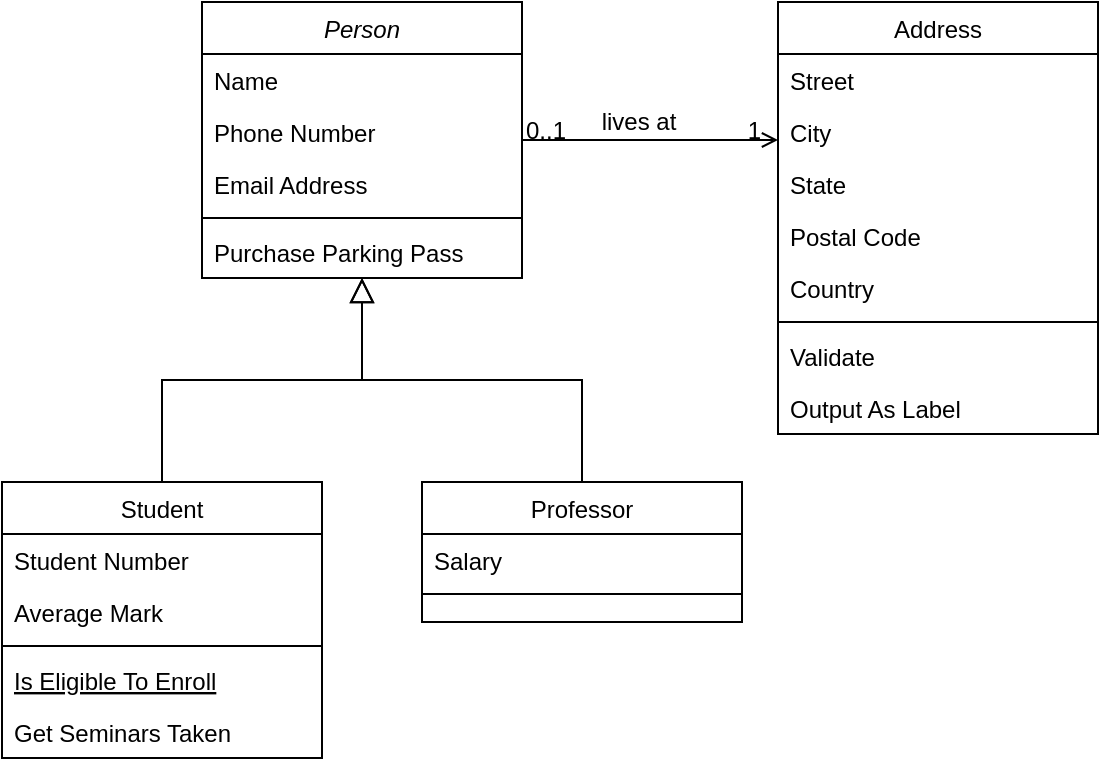
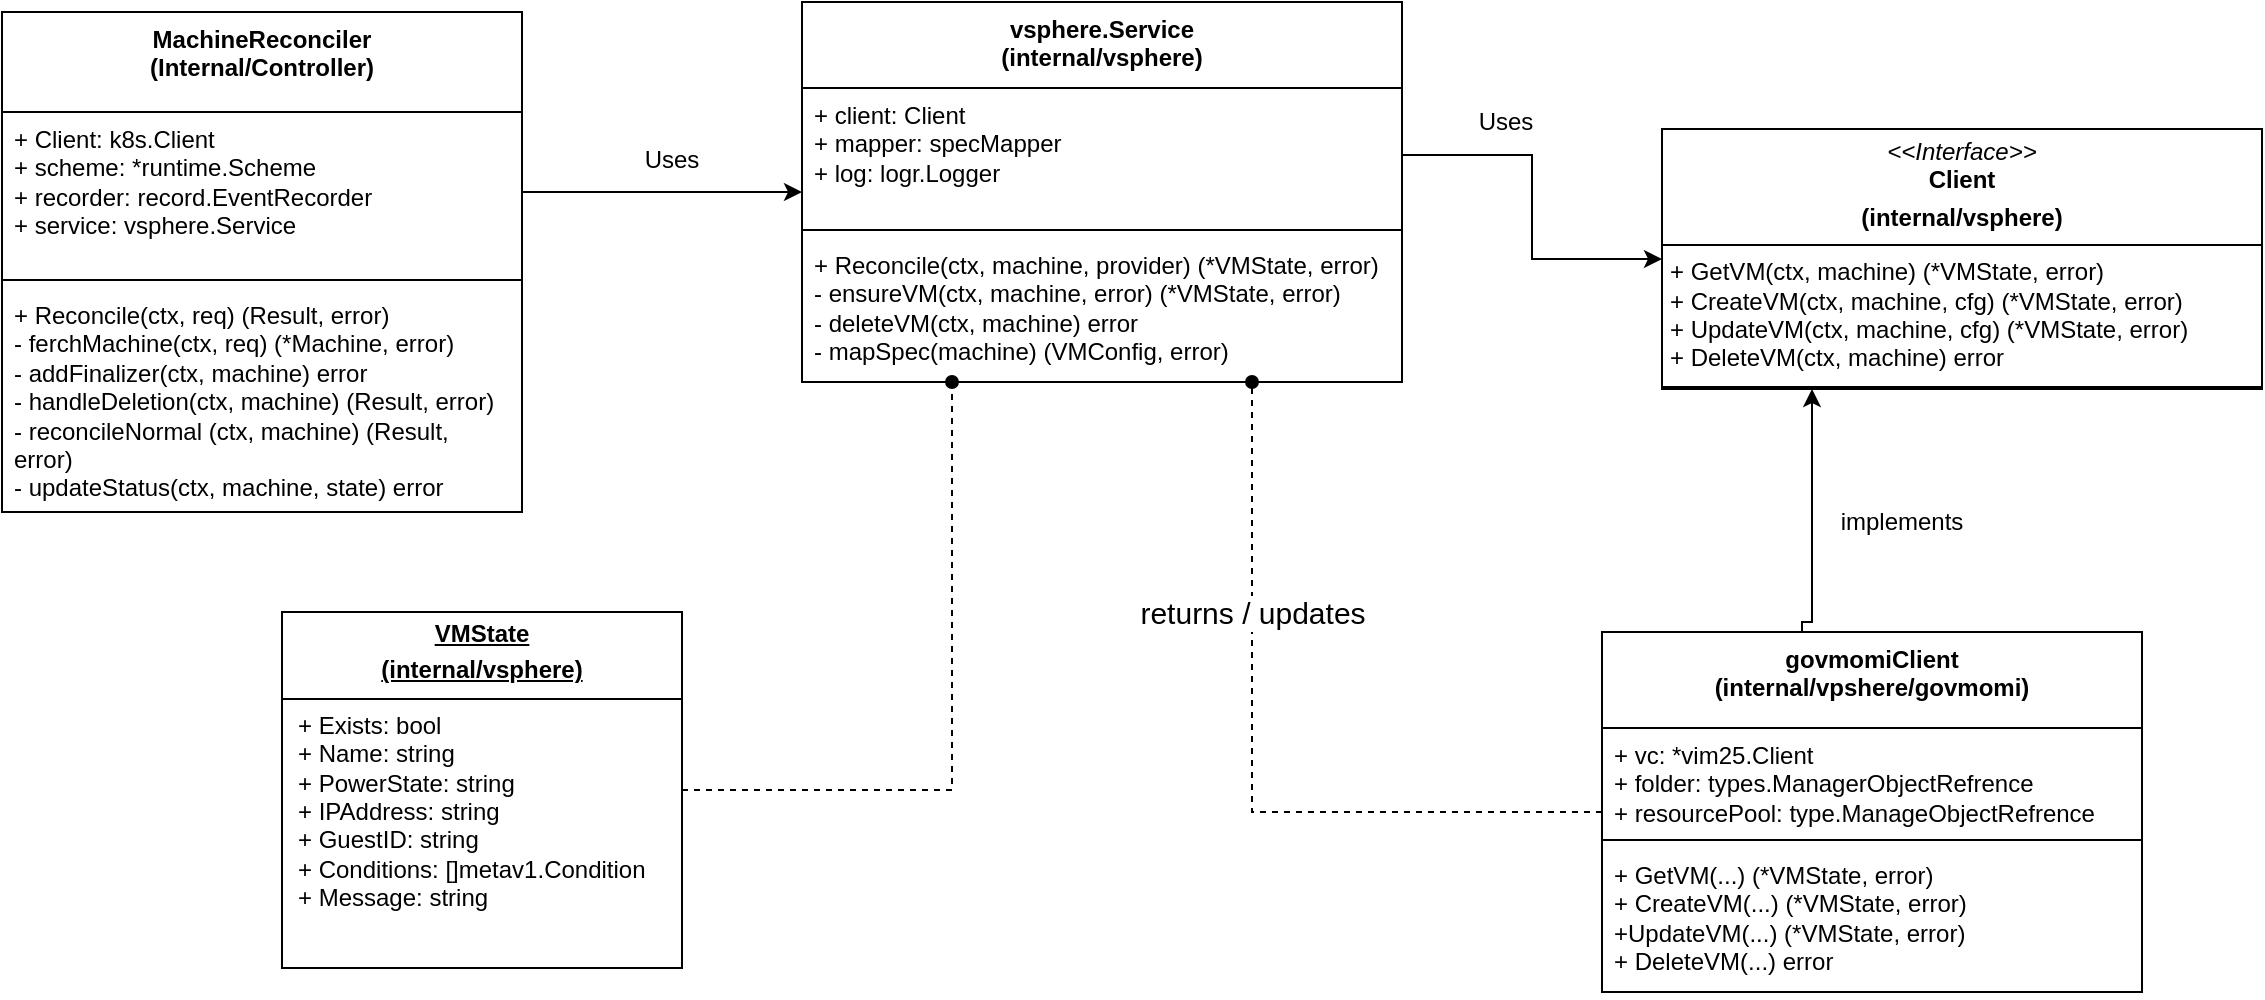
<mxfile host="app.diagrams.net">
  <diagram id="C5RBs43oDa-KdzZeNtuy" name="Page-1">
-     <mxGraphModel dx="1223" dy="871" grid="1" gridSize="10" guides="1" tooltips="1" connect="1" arrows="1" fold="1" page="1" pageScale="1" pageWidth="827" pageHeight="1169" math="0" shadow="0">
+     <mxGraphModel dx="1720" dy="1138" grid="1" gridSize="10" guides="1" tooltips="1" connect="1" arrows="1" fold="1" page="1" pageScale="1" pageWidth="827" pageHeight="1169" math="0" shadow="0">
      <root>
        <mxCell id="WIyWlLk6GJQsqaUBKTNV-0" />
        <mxCell id="WIyWlLk6GJQsqaUBKTNV-1" parent="WIyWlLk6GJQsqaUBKTNV-0" />
-         <mxCell id="zkfFHV4jXpPFQw0GAbJ--0" value="Person" style="swimlane;fontStyle=2;align=center;verticalAlign=top;childLayout=stackLayout;horizontal=1;startSize=26;horizontalStack=0;resizeParent=1;resizeLast=0;collapsible=1;marginBottom=0;rounded=0;shadow=0;strokeWidth=1;" parent="WIyWlLk6GJQsqaUBKTNV-1" vertex="1">
-           <mxGeometry x="220" y="120" width="160" height="138" as="geometry">
-             <mxRectangle x="230" y="140" width="160" height="26" as="alternateBounds" />
+         <mxCell id="q13Rm94vAvA1soPB4ISD-4" parent="WIyWlLk6GJQsqaUBKTNV-1" style="swimlane;fontStyle=1;align=center;verticalAlign=top;childLayout=stackLayout;horizontal=1;startSize=50;horizontalStack=0;resizeParent=1;resizeParentMax=0;resizeLast=0;collapsible=1;marginBottom=0;whiteSpace=wrap;html=1;" value="&lt;div&gt;MachineReconciler&lt;/div&gt;&lt;div&gt;(Internal/Controller)&lt;/div&gt;" vertex="1">
+           <mxGeometry height="250" width="260" x="100" y="120" as="geometry" />
+         </mxCell>
+         <mxCell id="q13Rm94vAvA1soPB4ISD-5" parent="q13Rm94vAvA1soPB4ISD-4" style="text;strokeColor=none;fillColor=none;align=left;verticalAlign=top;spacingLeft=4;spacingRight=4;overflow=hidden;rotatable=0;points=[[0,0.5],[1,0.5]];portConstraint=eastwest;whiteSpace=wrap;html=1;" value="&lt;div&gt;+ Client: k8s.Client&lt;/div&gt;&lt;div&gt;+ scheme: *runtime.Scheme&lt;/div&gt;&lt;div&gt;+ recorder: record.EventRecorder&lt;/div&gt;&lt;div&gt;+ service: vsphere.Service&lt;/div&gt;" vertex="1">
+           <mxGeometry height="80" width="260" y="50" as="geometry" />
+         </mxCell>
+         <mxCell id="q13Rm94vAvA1soPB4ISD-6" parent="q13Rm94vAvA1soPB4ISD-4" style="line;strokeWidth=1;fillColor=none;align=left;verticalAlign=middle;spacingTop=-1;spacingLeft=3;spacingRight=3;rotatable=0;labelPosition=right;points=[];portConstraint=eastwest;strokeColor=inherit;" value="" vertex="1">
+           <mxGeometry height="8" width="260" y="130" as="geometry" />
+         </mxCell>
+         <mxCell id="q13Rm94vAvA1soPB4ISD-7" parent="q13Rm94vAvA1soPB4ISD-4" style="text;strokeColor=none;fillColor=none;align=left;verticalAlign=top;spacingLeft=4;spacingRight=4;overflow=hidden;rotatable=0;points=[[0,0.5],[1,0.5]];portConstraint=eastwest;whiteSpace=wrap;html=1;" value="&lt;div&gt;+ Reconcile(ctx, req) (Result, error)&lt;/div&gt;&lt;div&gt;- ferchMachine(ctx, req) (*Machine, error)&lt;/div&gt;&lt;div&gt;- addFinalizer(ctx, machine) error&lt;/div&gt;&lt;div&gt;- handleDeletion(ctx, machine) (Result, error)&lt;/div&gt;&lt;div&gt;- reconcileNormal (ctx, machine) (Result, error)&lt;/div&gt;&lt;div&gt;- updateStatus(ctx, machine, state) error&lt;/div&gt;&lt;div&gt;&lt;br&gt;&lt;/div&gt;" vertex="1">
+           <mxGeometry height="112" width="260" y="138" as="geometry" />
+         </mxCell>
+         <mxCell id="q13Rm94vAvA1soPB4ISD-27" edge="1" parent="WIyWlLk6GJQsqaUBKTNV-1" source="q13Rm94vAvA1soPB4ISD-8" style="edgeStyle=orthogonalEdgeStyle;rounded=0;orthogonalLoop=1;jettySize=auto;html=1;entryX=0.75;entryY=1;entryDx=0;entryDy=0;endArrow=oval;endFill=1;dashed=1;" target="q13Rm94vAvA1soPB4ISD-12">
+           <mxGeometry relative="1" as="geometry" />
+         </mxCell>
+         <mxCell id="q13Rm94vAvA1soPB4ISD-56" connectable="0" parent="q13Rm94vAvA1soPB4ISD-27" style="edgeLabel;html=1;align=center;verticalAlign=middle;resizable=0;points=[];" value="&lt;font style=&quot;font-size: 15px;&quot;&gt;returns / updates&lt;/font&gt;" vertex="1">
+           <mxGeometry relative="1" x="0.4103" as="geometry">
+             <mxPoint as="offset" />
          </mxGeometry>
        </mxCell>
-         <mxCell id="zkfFHV4jXpPFQw0GAbJ--1" value="Name" style="text;align=left;verticalAlign=top;spacingLeft=4;spacingRight=4;overflow=hidden;rotatable=0;points=[[0,0.5],[1,0.5]];portConstraint=eastwest;" parent="zkfFHV4jXpPFQw0GAbJ--0" vertex="1">
-           <mxGeometry y="26" width="160" height="26" as="geometry" />
-         </mxCell>
-         <mxCell id="zkfFHV4jXpPFQw0GAbJ--2" value="Phone Number" style="text;align=left;verticalAlign=top;spacingLeft=4;spacingRight=4;overflow=hidden;rotatable=0;points=[[0,0.5],[1,0.5]];portConstraint=eastwest;rounded=0;shadow=0;html=0;" parent="zkfFHV4jXpPFQw0GAbJ--0" vertex="1">
-           <mxGeometry y="52" width="160" height="26" as="geometry" />
-         </mxCell>
-         <mxCell id="zkfFHV4jXpPFQw0GAbJ--3" value="Email Address" style="text;align=left;verticalAlign=top;spacingLeft=4;spacingRight=4;overflow=hidden;rotatable=0;points=[[0,0.5],[1,0.5]];portConstraint=eastwest;rounded=0;shadow=0;html=0;" parent="zkfFHV4jXpPFQw0GAbJ--0" vertex="1">
-           <mxGeometry y="78" width="160" height="26" as="geometry" />
-         </mxCell>
-         <mxCell id="zkfFHV4jXpPFQw0GAbJ--4" value="" style="line;html=1;strokeWidth=1;align=left;verticalAlign=middle;spacingTop=-1;spacingLeft=3;spacingRight=3;rotatable=0;labelPosition=right;points=[];portConstraint=eastwest;" parent="zkfFHV4jXpPFQw0GAbJ--0" vertex="1">
-           <mxGeometry y="104" width="160" height="8" as="geometry" />
-         </mxCell>
-         <mxCell id="zkfFHV4jXpPFQw0GAbJ--5" value="Purchase Parking Pass" style="text;align=left;verticalAlign=top;spacingLeft=4;spacingRight=4;overflow=hidden;rotatable=0;points=[[0,0.5],[1,0.5]];portConstraint=eastwest;" parent="zkfFHV4jXpPFQw0GAbJ--0" vertex="1">
-           <mxGeometry y="112" width="160" height="26" as="geometry" />
-         </mxCell>
-         <mxCell id="zkfFHV4jXpPFQw0GAbJ--6" value="Student" style="swimlane;fontStyle=0;align=center;verticalAlign=top;childLayout=stackLayout;horizontal=1;startSize=26;horizontalStack=0;resizeParent=1;resizeLast=0;collapsible=1;marginBottom=0;rounded=0;shadow=0;strokeWidth=1;" parent="WIyWlLk6GJQsqaUBKTNV-1" vertex="1">
-           <mxGeometry x="120" y="360" width="160" height="138" as="geometry">
-             <mxRectangle x="130" y="380" width="160" height="26" as="alternateBounds" />
+         <mxCell id="q13Rm94vAvA1soPB4ISD-53" edge="1" parent="WIyWlLk6GJQsqaUBKTNV-1" source="q13Rm94vAvA1soPB4ISD-8" style="edgeStyle=orthogonalEdgeStyle;rounded=0;orthogonalLoop=1;jettySize=auto;html=1;entryX=0.25;entryY=1;entryDx=0;entryDy=0;" target="q13Rm94vAvA1soPB4ISD-51">
+           <mxGeometry relative="1" as="geometry">
+             <Array as="points">
+               <mxPoint x="1000" y="425" />
+               <mxPoint x="1005" y="425" />
+             </Array>
          </mxGeometry>
        </mxCell>
-         <mxCell id="zkfFHV4jXpPFQw0GAbJ--7" value="Student Number" style="text;align=left;verticalAlign=top;spacingLeft=4;spacingRight=4;overflow=hidden;rotatable=0;points=[[0,0.5],[1,0.5]];portConstraint=eastwest;" parent="zkfFHV4jXpPFQw0GAbJ--6" vertex="1">
-           <mxGeometry y="26" width="160" height="26" as="geometry" />
+         <mxCell id="q13Rm94vAvA1soPB4ISD-8" parent="WIyWlLk6GJQsqaUBKTNV-1" style="swimlane;fontStyle=1;align=center;verticalAlign=top;childLayout=stackLayout;horizontal=1;startSize=48;horizontalStack=0;resizeParent=1;resizeParentMax=0;resizeLast=0;collapsible=1;marginBottom=0;whiteSpace=wrap;html=1;" value="&lt;div&gt;govmomiClient&lt;/div&gt;&lt;div&gt;(internal/vpshere/govmomi)&lt;/div&gt;&lt;div&gt;&lt;br&gt;&lt;/div&gt;" vertex="1">
+           <mxGeometry height="180" width="270" x="900" y="430" as="geometry" />
        </mxCell>
-         <mxCell id="zkfFHV4jXpPFQw0GAbJ--8" value="Average Mark" style="text;align=left;verticalAlign=top;spacingLeft=4;spacingRight=4;overflow=hidden;rotatable=0;points=[[0,0.5],[1,0.5]];portConstraint=eastwest;rounded=0;shadow=0;html=0;" parent="zkfFHV4jXpPFQw0GAbJ--6" vertex="1">
-           <mxGeometry y="52" width="160" height="26" as="geometry" />
+         <mxCell id="q13Rm94vAvA1soPB4ISD-9" parent="q13Rm94vAvA1soPB4ISD-8" style="text;strokeColor=none;fillColor=none;align=left;verticalAlign=top;spacingLeft=4;spacingRight=4;overflow=hidden;rotatable=0;points=[[0,0.5],[1,0.5]];portConstraint=eastwest;whiteSpace=wrap;html=1;" value="&lt;div&gt;+ vc: *vim25.Client&lt;/div&gt;&lt;div&gt;+ folder: types.ManagerObjectRefrence&lt;/div&gt;&lt;div&gt;+ resourcePool: type.ManageObjectRefrence&lt;/div&gt;" vertex="1">
+           <mxGeometry height="52" width="270" y="48" as="geometry" />
        </mxCell>
-         <mxCell id="zkfFHV4jXpPFQw0GAbJ--9" value="" style="line;html=1;strokeWidth=1;align=left;verticalAlign=middle;spacingTop=-1;spacingLeft=3;spacingRight=3;rotatable=0;labelPosition=right;points=[];portConstraint=eastwest;" parent="zkfFHV4jXpPFQw0GAbJ--6" vertex="1">
-           <mxGeometry y="78" width="160" height="8" as="geometry" />
+         <mxCell id="q13Rm94vAvA1soPB4ISD-10" parent="q13Rm94vAvA1soPB4ISD-8" style="line;strokeWidth=1;fillColor=none;align=left;verticalAlign=middle;spacingTop=-1;spacingLeft=3;spacingRight=3;rotatable=0;labelPosition=right;points=[];portConstraint=eastwest;strokeColor=inherit;" value="" vertex="1">
+           <mxGeometry height="8" width="270" y="100" as="geometry" />
        </mxCell>
-         <mxCell id="zkfFHV4jXpPFQw0GAbJ--10" value="Is Eligible To Enroll" style="text;align=left;verticalAlign=top;spacingLeft=4;spacingRight=4;overflow=hidden;rotatable=0;points=[[0,0.5],[1,0.5]];portConstraint=eastwest;fontStyle=4" parent="zkfFHV4jXpPFQw0GAbJ--6" vertex="1">
-           <mxGeometry y="86" width="160" height="26" as="geometry" />
+         <mxCell id="q13Rm94vAvA1soPB4ISD-11" parent="q13Rm94vAvA1soPB4ISD-8" style="text;strokeColor=none;fillColor=none;align=left;verticalAlign=top;spacingLeft=4;spacingRight=4;overflow=hidden;rotatable=0;points=[[0,0.5],[1,0.5]];portConstraint=eastwest;whiteSpace=wrap;html=1;" value="&lt;div&gt;+ GetVM(...) (*VMState, error)&lt;/div&gt;&lt;div&gt;+ CreateVM(...) (*VMState, error)&lt;/div&gt;&lt;div&gt;+UpdateVM(...) (*VMState, error)&lt;/div&gt;&lt;div&gt;+ DeleteVM(...) error&lt;/div&gt;" vertex="1">
+           <mxGeometry height="72" width="270" y="108" as="geometry" />
        </mxCell>
-         <mxCell id="zkfFHV4jXpPFQw0GAbJ--11" value="Get Seminars Taken" style="text;align=left;verticalAlign=top;spacingLeft=4;spacingRight=4;overflow=hidden;rotatable=0;points=[[0,0.5],[1,0.5]];portConstraint=eastwest;" parent="zkfFHV4jXpPFQw0GAbJ--6" vertex="1">
-           <mxGeometry y="112" width="160" height="26" as="geometry" />
+         <mxCell id="q13Rm94vAvA1soPB4ISD-12" parent="WIyWlLk6GJQsqaUBKTNV-1" style="swimlane;fontStyle=1;align=center;verticalAlign=top;childLayout=stackLayout;horizontal=1;startSize=43;horizontalStack=0;resizeParent=1;resizeParentMax=0;resizeLast=0;collapsible=1;marginBottom=0;whiteSpace=wrap;html=1;" value="&lt;div&gt;vsphere.Service&lt;/div&gt;&lt;div&gt;(internal/vsphere)&lt;/div&gt;" vertex="1">
+           <mxGeometry height="190" width="300" x="500" y="115" as="geometry" />
        </mxCell>
-         <mxCell id="zkfFHV4jXpPFQw0GAbJ--12" value="" style="endArrow=block;endSize=10;endFill=0;shadow=0;strokeWidth=1;rounded=0;curved=0;edgeStyle=elbowEdgeStyle;elbow=vertical;" parent="WIyWlLk6GJQsqaUBKTNV-1" source="zkfFHV4jXpPFQw0GAbJ--6" target="zkfFHV4jXpPFQw0GAbJ--0" edge="1">
-           <mxGeometry width="160" relative="1" as="geometry">
-             <mxPoint x="200" y="203" as="sourcePoint" />
-             <mxPoint x="200" y="203" as="targetPoint" />
-           </mxGeometry>
+         <mxCell id="q13Rm94vAvA1soPB4ISD-13" parent="q13Rm94vAvA1soPB4ISD-12" style="text;strokeColor=none;fillColor=none;align=left;verticalAlign=top;spacingLeft=4;spacingRight=4;overflow=hidden;rotatable=0;points=[[0,0.5],[1,0.5]];portConstraint=eastwest;whiteSpace=wrap;html=1;" value="&lt;div&gt;+ client: Client&lt;/div&gt;&lt;div&gt;+ mapper: specMapper&lt;/div&gt;&lt;div&gt;+ log: logr.Logger&lt;/div&gt;" vertex="1">
+           <mxGeometry height="67" width="300" y="43" as="geometry" />
        </mxCell>
-         <mxCell id="zkfFHV4jXpPFQw0GAbJ--13" value="Professor" style="swimlane;fontStyle=0;align=center;verticalAlign=top;childLayout=stackLayout;horizontal=1;startSize=26;horizontalStack=0;resizeParent=1;resizeLast=0;collapsible=1;marginBottom=0;rounded=0;shadow=0;strokeWidth=1;" parent="WIyWlLk6GJQsqaUBKTNV-1" vertex="1">
-           <mxGeometry x="330" y="360" width="160" height="70" as="geometry">
-             <mxRectangle x="340" y="380" width="170" height="26" as="alternateBounds" />
-           </mxGeometry>
+         <mxCell id="q13Rm94vAvA1soPB4ISD-14" parent="q13Rm94vAvA1soPB4ISD-12" style="line;strokeWidth=1;fillColor=none;align=left;verticalAlign=middle;spacingTop=-1;spacingLeft=3;spacingRight=3;rotatable=0;labelPosition=right;points=[];portConstraint=eastwest;strokeColor=inherit;" value="" vertex="1">
+           <mxGeometry height="8" width="300" y="110" as="geometry" />
        </mxCell>
-         <mxCell id="zkfFHV4jXpPFQw0GAbJ--14" value="Salary" style="text;align=left;verticalAlign=top;spacingLeft=4;spacingRight=4;overflow=hidden;rotatable=0;points=[[0,0.5],[1,0.5]];portConstraint=eastwest;" parent="zkfFHV4jXpPFQw0GAbJ--13" vertex="1">
-           <mxGeometry y="26" width="160" height="26" as="geometry" />
+         <mxCell id="q13Rm94vAvA1soPB4ISD-15" parent="q13Rm94vAvA1soPB4ISD-12" style="text;strokeColor=none;fillColor=none;align=left;verticalAlign=top;spacingLeft=4;spacingRight=4;overflow=hidden;rotatable=0;points=[[0,0.5],[1,0.5]];portConstraint=eastwest;whiteSpace=wrap;html=1;" value="&lt;div&gt;+ Reconcile(ctx, machine, provider) (*VMState, error)&lt;/div&gt;&lt;div&gt;- ensureVM(ctx, machine, error) (*VMState, error)&lt;/div&gt;&lt;div&gt;- deleteVM(ctx, machine) error&lt;/div&gt;&lt;div&gt;- mapSpec(machine) (VMConfig, error)&lt;/div&gt;" vertex="1">
+           <mxGeometry height="72" width="300" y="118" as="geometry" />
        </mxCell>
-         <mxCell id="zkfFHV4jXpPFQw0GAbJ--15" value="" style="line;html=1;strokeWidth=1;align=left;verticalAlign=middle;spacingTop=-1;spacingLeft=3;spacingRight=3;rotatable=0;labelPosition=right;points=[];portConstraint=eastwest;" parent="zkfFHV4jXpPFQw0GAbJ--13" vertex="1">
-           <mxGeometry y="52" width="160" height="8" as="geometry" />
+         <mxCell id="q13Rm94vAvA1soPB4ISD-24" edge="1" parent="WIyWlLk6GJQsqaUBKTNV-1" source="q13Rm94vAvA1soPB4ISD-5" style="edgeStyle=orthogonalEdgeStyle;rounded=0;orthogonalLoop=1;jettySize=auto;html=1;entryX=0;entryY=0.5;entryDx=0;entryDy=0;" target="q13Rm94vAvA1soPB4ISD-12">
+           <mxGeometry relative="1" as="geometry" />
        </mxCell>
-         <mxCell id="zkfFHV4jXpPFQw0GAbJ--16" value="" style="endArrow=block;endSize=10;endFill=0;shadow=0;strokeWidth=1;rounded=0;curved=0;edgeStyle=elbowEdgeStyle;elbow=vertical;" parent="WIyWlLk6GJQsqaUBKTNV-1" source="zkfFHV4jXpPFQw0GAbJ--13" target="zkfFHV4jXpPFQw0GAbJ--0" edge="1">
-           <mxGeometry width="160" relative="1" as="geometry">
-             <mxPoint x="210" y="373" as="sourcePoint" />
-             <mxPoint x="310" y="271" as="targetPoint" />
-           </mxGeometry>
+         <mxCell id="q13Rm94vAvA1soPB4ISD-50" edge="1" parent="WIyWlLk6GJQsqaUBKTNV-1" source="q13Rm94vAvA1soPB4ISD-47" style="edgeStyle=orthogonalEdgeStyle;rounded=0;orthogonalLoop=1;jettySize=auto;html=1;entryX=0.25;entryY=1;entryDx=0;entryDy=0;endArrow=oval;endFill=1;dashed=1;" target="q13Rm94vAvA1soPB4ISD-12">
+           <mxGeometry relative="1" as="geometry" />
        </mxCell>
-         <mxCell id="zkfFHV4jXpPFQw0GAbJ--17" value="Address" style="swimlane;fontStyle=0;align=center;verticalAlign=top;childLayout=stackLayout;horizontal=1;startSize=26;horizontalStack=0;resizeParent=1;resizeLast=0;collapsible=1;marginBottom=0;rounded=0;shadow=0;strokeWidth=1;" parent="WIyWlLk6GJQsqaUBKTNV-1" vertex="1">
-           <mxGeometry x="508" y="120" width="160" height="216" as="geometry">
-             <mxRectangle x="550" y="140" width="160" height="26" as="alternateBounds" />
-           </mxGeometry>
+         <mxCell id="q13Rm94vAvA1soPB4ISD-47" parent="WIyWlLk6GJQsqaUBKTNV-1" style="verticalAlign=top;align=left;overflow=fill;html=1;whiteSpace=wrap;" value="&lt;p style=&quot;margin: 4px 0px 0px; text-align: center; text-decoration: underline;&quot;&gt;&lt;b&gt;VMState&lt;/b&gt;&lt;/p&gt;&lt;p style=&quot;margin: 4px 0px 0px; text-align: center; text-decoration: underline;&quot;&gt;&lt;b&gt;(internal/vsphere)&lt;/b&gt;&lt;/p&gt;&lt;hr size=&quot;1&quot; style=&quot;border-style:solid;&quot;&gt;&lt;p style=&quot;margin:0px;margin-left:8px;&quot;&gt;+ Exists: bool&lt;br&gt;+ Name: string&lt;br&gt;+ PowerState: string&lt;/p&gt;&lt;p style=&quot;margin:0px;margin-left:8px;&quot;&gt;+ IPAddress: string&lt;/p&gt;&lt;p style=&quot;margin:0px;margin-left:8px;&quot;&gt;+ GuestID: string&lt;/p&gt;&lt;p style=&quot;margin:0px;margin-left:8px;&quot;&gt;+ Conditions: []metav1.Condition&lt;/p&gt;&lt;p style=&quot;margin:0px;margin-left:8px;&quot;&gt;+ Message: string&lt;/p&gt;" vertex="1">
+           <mxGeometry height="178" width="200" x="240" y="420" as="geometry" />
        </mxCell>
-         <mxCell id="zkfFHV4jXpPFQw0GAbJ--18" value="Street" style="text;align=left;verticalAlign=top;spacingLeft=4;spacingRight=4;overflow=hidden;rotatable=0;points=[[0,0.5],[1,0.5]];portConstraint=eastwest;" parent="zkfFHV4jXpPFQw0GAbJ--17" vertex="1">
-           <mxGeometry y="26" width="160" height="26" as="geometry" />
+         <mxCell id="q13Rm94vAvA1soPB4ISD-51" parent="WIyWlLk6GJQsqaUBKTNV-1" style="verticalAlign=top;align=left;overflow=fill;html=1;whiteSpace=wrap;" value="&lt;p style=&quot;margin:0px;margin-top:4px;text-align:center;&quot;&gt;&lt;i&gt;&amp;lt;&amp;lt;Interface&amp;gt;&amp;gt;&lt;/i&gt;&lt;br&gt;&lt;b&gt;Client&lt;/b&gt;&lt;/p&gt;&lt;p style=&quot;margin:0px;margin-top:4px;text-align:center;&quot;&gt;&lt;b&gt;(internal/vsphere)&lt;/b&gt;&lt;/p&gt;&lt;hr size=&quot;1&quot; style=&quot;border-style:solid;&quot;&gt;&lt;p style=&quot;margin:0px;margin-left:4px;&quot;&gt;+ GetVM(ctx, machine) (*VMState, error)&lt;br&gt;+ CreateVM(ctx, machine, cfg) (*VMState, error)&lt;/p&gt;&lt;p style=&quot;margin:0px;margin-left:4px;&quot;&gt;+ UpdateVM(ctx, machine, cfg) (*VMState, error)&lt;/p&gt;&lt;p style=&quot;margin:0px;margin-left:4px;&quot;&gt;+ DeleteVM(ctx, machine) error&lt;/p&gt;&lt;hr size=&quot;1&quot; style=&quot;border-style:solid;&quot;&gt;" vertex="1">
+           <mxGeometry height="130" width="300" x="930" y="178.5" as="geometry" />
        </mxCell>
-         <mxCell id="zkfFHV4jXpPFQw0GAbJ--19" value="City" style="text;align=left;verticalAlign=top;spacingLeft=4;spacingRight=4;overflow=hidden;rotatable=0;points=[[0,0.5],[1,0.5]];portConstraint=eastwest;rounded=0;shadow=0;html=0;" parent="zkfFHV4jXpPFQw0GAbJ--17" vertex="1">
-           <mxGeometry y="52" width="160" height="26" as="geometry" />
+         <mxCell id="q13Rm94vAvA1soPB4ISD-52" edge="1" parent="WIyWlLk6GJQsqaUBKTNV-1" source="q13Rm94vAvA1soPB4ISD-13" style="edgeStyle=orthogonalEdgeStyle;rounded=0;orthogonalLoop=1;jettySize=auto;html=1;entryX=0;entryY=0.5;entryDx=0;entryDy=0;" target="q13Rm94vAvA1soPB4ISD-51">
+           <mxGeometry relative="1" as="geometry" />
        </mxCell>
-         <mxCell id="zkfFHV4jXpPFQw0GAbJ--20" value="State" style="text;align=left;verticalAlign=top;spacingLeft=4;spacingRight=4;overflow=hidden;rotatable=0;points=[[0,0.5],[1,0.5]];portConstraint=eastwest;rounded=0;shadow=0;html=0;" parent="zkfFHV4jXpPFQw0GAbJ--17" vertex="1">
-           <mxGeometry y="78" width="160" height="26" as="geometry" />
+         <mxCell id="q13Rm94vAvA1soPB4ISD-54" parent="WIyWlLk6GJQsqaUBKTNV-1" style="text;html=1;whiteSpace=wrap;strokeColor=none;fillColor=none;align=center;verticalAlign=middle;rounded=0;autosize=1;resizable=0;" value="Uses" vertex="1">
+           <mxGeometry height="30" width="50" x="410" y="178.5" as="geometry" />
        </mxCell>
-         <mxCell id="zkfFHV4jXpPFQw0GAbJ--21" value="Postal Code" style="text;align=left;verticalAlign=top;spacingLeft=4;spacingRight=4;overflow=hidden;rotatable=0;points=[[0,0.5],[1,0.5]];portConstraint=eastwest;rounded=0;shadow=0;html=0;" parent="zkfFHV4jXpPFQw0GAbJ--17" vertex="1">
-           <mxGeometry y="104" width="160" height="26" as="geometry" />
+         <mxCell id="q13Rm94vAvA1soPB4ISD-57" parent="WIyWlLk6GJQsqaUBKTNV-1" style="text;html=1;whiteSpace=wrap;strokeColor=none;fillColor=none;align=center;verticalAlign=middle;rounded=0;autosize=1;resizable=0;" value="implements" vertex="1">
+           <mxGeometry height="30" width="80" x="1010" y="360" as="geometry" />
        </mxCell>
-         <mxCell id="zkfFHV4jXpPFQw0GAbJ--22" value="Country" style="text;align=left;verticalAlign=top;spacingLeft=4;spacingRight=4;overflow=hidden;rotatable=0;points=[[0,0.5],[1,0.5]];portConstraint=eastwest;rounded=0;shadow=0;html=0;" parent="zkfFHV4jXpPFQw0GAbJ--17" vertex="1">
-           <mxGeometry y="130" width="160" height="26" as="geometry" />
-         </mxCell>
-         <mxCell id="zkfFHV4jXpPFQw0GAbJ--23" value="" style="line;html=1;strokeWidth=1;align=left;verticalAlign=middle;spacingTop=-1;spacingLeft=3;spacingRight=3;rotatable=0;labelPosition=right;points=[];portConstraint=eastwest;" parent="zkfFHV4jXpPFQw0GAbJ--17" vertex="1">
-           <mxGeometry y="156" width="160" height="8" as="geometry" />
-         </mxCell>
-         <mxCell id="zkfFHV4jXpPFQw0GAbJ--24" value="Validate" style="text;align=left;verticalAlign=top;spacingLeft=4;spacingRight=4;overflow=hidden;rotatable=0;points=[[0,0.5],[1,0.5]];portConstraint=eastwest;" parent="zkfFHV4jXpPFQw0GAbJ--17" vertex="1">
-           <mxGeometry y="164" width="160" height="26" as="geometry" />
-         </mxCell>
-         <mxCell id="zkfFHV4jXpPFQw0GAbJ--25" value="Output As Label" style="text;align=left;verticalAlign=top;spacingLeft=4;spacingRight=4;overflow=hidden;rotatable=0;points=[[0,0.5],[1,0.5]];portConstraint=eastwest;" parent="zkfFHV4jXpPFQw0GAbJ--17" vertex="1">
-           <mxGeometry y="190" width="160" height="26" as="geometry" />
-         </mxCell>
-         <mxCell id="zkfFHV4jXpPFQw0GAbJ--26" value="" style="endArrow=open;shadow=0;strokeWidth=1;rounded=0;curved=0;endFill=1;edgeStyle=elbowEdgeStyle;elbow=vertical;" parent="WIyWlLk6GJQsqaUBKTNV-1" source="zkfFHV4jXpPFQw0GAbJ--0" target="zkfFHV4jXpPFQw0GAbJ--17" edge="1">
-           <mxGeometry x="0.5" y="41" relative="1" as="geometry">
-             <mxPoint x="380" y="192" as="sourcePoint" />
-             <mxPoint x="540" y="192" as="targetPoint" />
-             <mxPoint x="-40" y="32" as="offset" />
-           </mxGeometry>
-         </mxCell>
-         <mxCell id="zkfFHV4jXpPFQw0GAbJ--27" value="0..1" style="resizable=0;align=left;verticalAlign=bottom;labelBackgroundColor=none;fontSize=12;" parent="zkfFHV4jXpPFQw0GAbJ--26" connectable="0" vertex="1">
-           <mxGeometry x="-1" relative="1" as="geometry">
-             <mxPoint y="4" as="offset" />
-           </mxGeometry>
-         </mxCell>
-         <mxCell id="zkfFHV4jXpPFQw0GAbJ--28" value="1" style="resizable=0;align=right;verticalAlign=bottom;labelBackgroundColor=none;fontSize=12;" parent="zkfFHV4jXpPFQw0GAbJ--26" connectable="0" vertex="1">
-           <mxGeometry x="1" relative="1" as="geometry">
-             <mxPoint x="-7" y="4" as="offset" />
-           </mxGeometry>
-         </mxCell>
-         <mxCell id="zkfFHV4jXpPFQw0GAbJ--29" value="lives at" style="text;html=1;resizable=0;points=[];;align=center;verticalAlign=middle;labelBackgroundColor=none;rounded=0;shadow=0;strokeWidth=1;fontSize=12;" parent="zkfFHV4jXpPFQw0GAbJ--26" vertex="1" connectable="0">
-           <mxGeometry x="0.5" y="49" relative="1" as="geometry">
-             <mxPoint x="-38" y="40" as="offset" />
-           </mxGeometry>
+         <mxCell id="q13Rm94vAvA1soPB4ISD-58" parent="WIyWlLk6GJQsqaUBKTNV-1" style="text;html=1;whiteSpace=wrap;strokeColor=none;fillColor=none;align=center;verticalAlign=middle;rounded=0;autosize=1;resizable=0;" value="Uses" vertex="1">
+           <mxGeometry height="30" width="50" x="827" y="160" as="geometry" />
        </mxCell>
      </root>
    </mxGraphModel>
  </diagram>
</mxfile>
